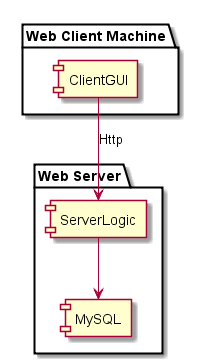
Before: Diagrams/Component diagram.png, a diagram exported from PlantUML (Alexpechonov/my_website).
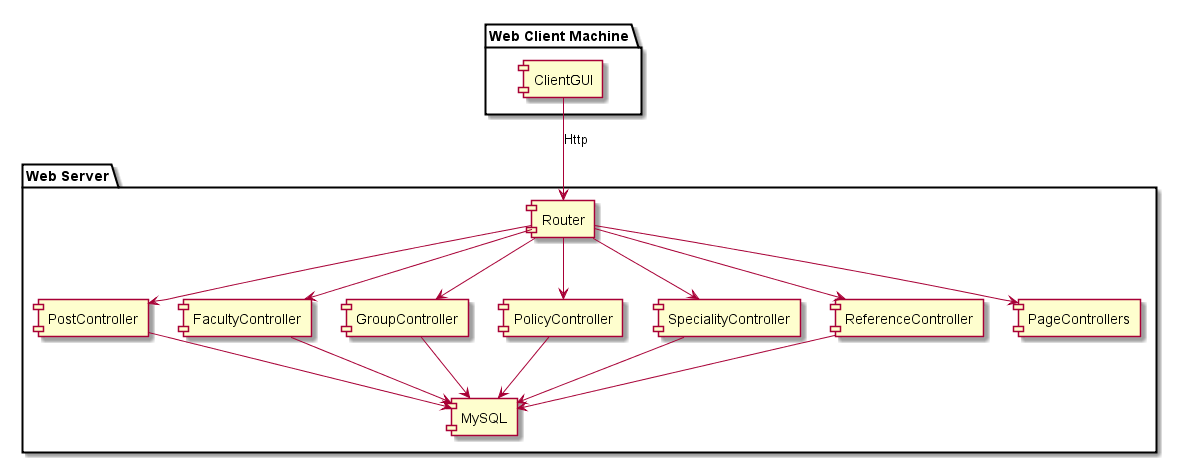
Later version of the same file.

Change to the diagram source:
```diff
@@ -5,10 +5,29 @@
 }
 
 package "Web Server" {
-[ServerLogic]
+[Router]
+[PostController]
+[FacultyController]
+[GroupController]
+[PolicyController]
+[SpecialityController]
+[ReferenceController]
+[PageControllers]
 [MySQL]
 }
 
-[ClientGUI] --> [ServerLogic] : Http
-[ServerLogic] --> [MySQL]
+[ClientGUI] --> [Router] : Http
+[Router] --> [PostController]
+[Router] --> [FacultyController]
+[Router] --> [GroupController]
+[Router] --> [PolicyController]
+[Router] --> [SpecialityController]
+[Router] --> [ReferenceController]
+[Router] --> [PageControllers]
+[PostController] --> [MySQL]
+[FacultyController] --> [MySQL]
+[GroupController] --> [MySQL]
+[PolicyController] --> [MySQL]
+[SpecialityController] --> [MySQL]
+[ReferenceController] --> [MySQL]
 @enduml
```
